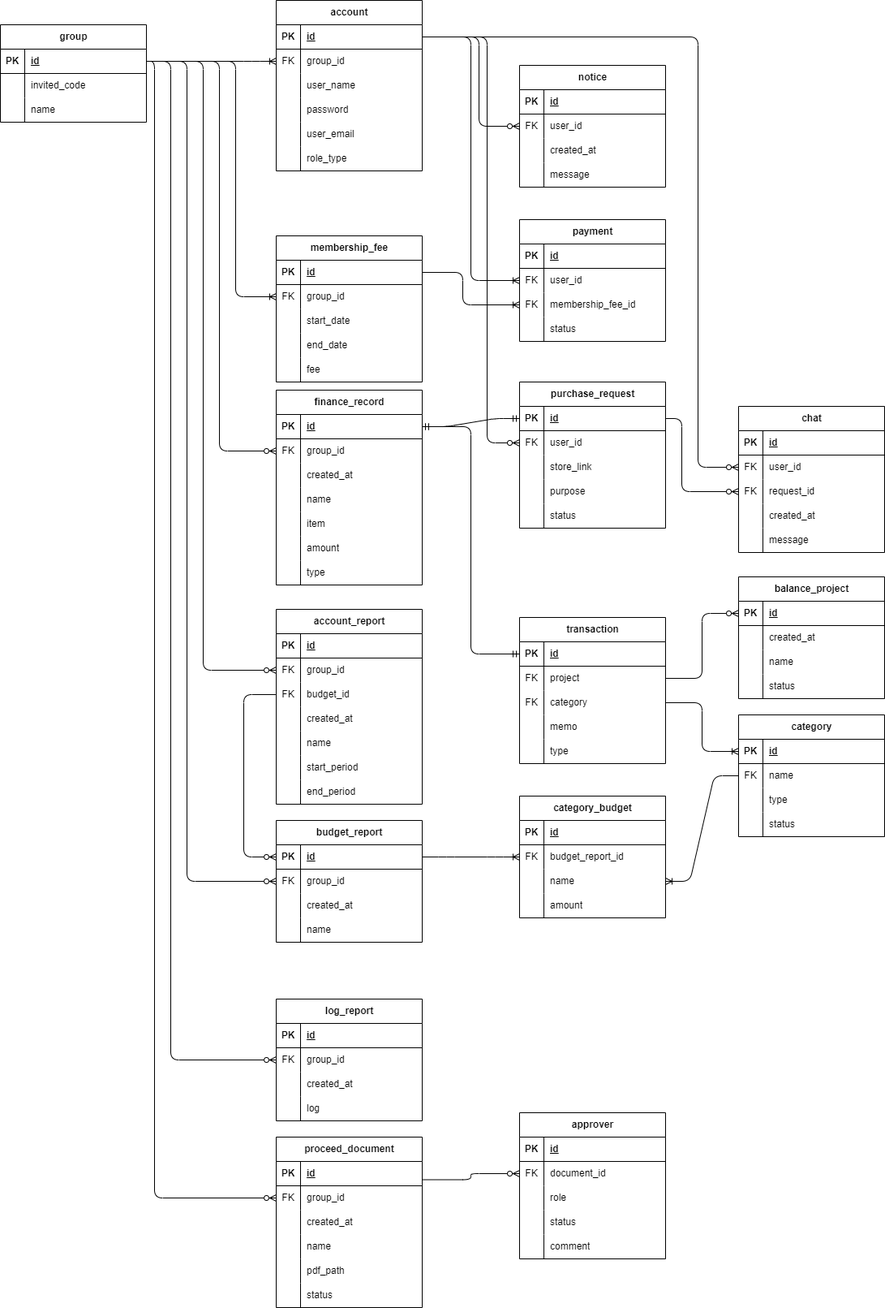
The draw.io diagram images/er.png in 2024et/Spica, before a commit. Source tidied: cells renumbered, new cells last; positions are measured from the earlier drawing's top-left corner, leaving out a move shared by most shapes.
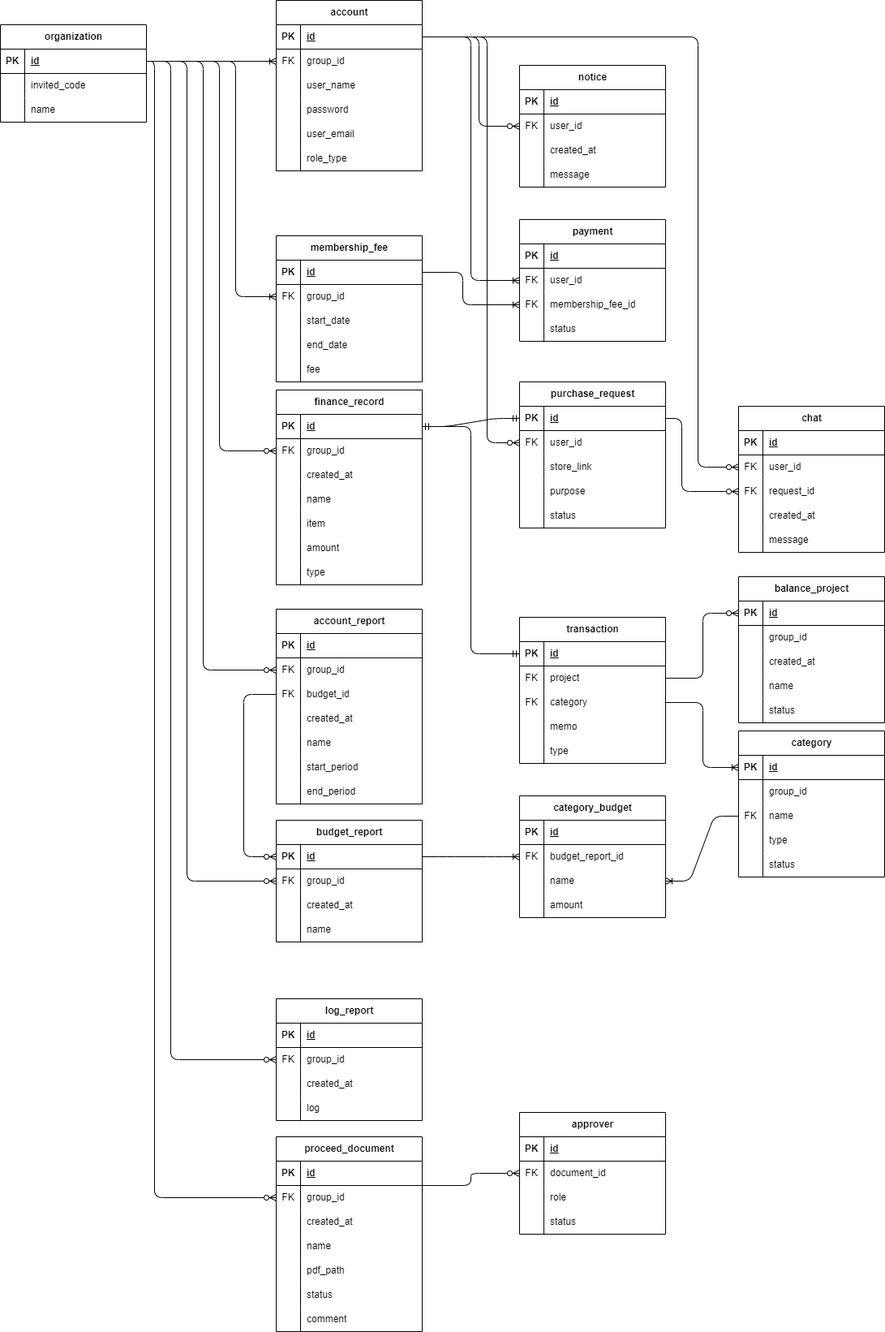
After the change.

Commit message:
ER図の最新状態への修正

Diff of the diagram source:
```diff
@@ -2,7 +2,7 @@
   <root>
     <mxCell id="0" />
     <mxCell id="1" parent="0" />
-    <mxCell id="2" value="group" style="shape=table;startSize=30;rowLines=0;fontStyle=1;align=center;html=1;" parent="1" vertex="1">
+    <mxCell id="2" value="organization" style="shape=table;startSize=30;rowLines=0;fontStyle=1;align=center;html=1;" parent="1" vertex="1">
       <mxGeometry y="30" width="180" height="120" as="geometry" />
     </mxCell>
     <mxCell id="3" style="shape=tableRow;horizontal=0;startSize=0;swimlaneHead=0;swimlaneBody=0;fillColor=none;points=[[0,0.5],[1,0.5]];portConstraint=eastwest;top=0;left=0;right=0;bottom=1;" parent="2" vertex="1">
@@ -422,7 +422,7 @@
       </mxGeometry>
     </mxCell>
     <mxCell id="135" value="balance_project" style="shape=table;startSize=30;rowLines=0;fontStyle=1;align=center;html=1;" parent="1" vertex="1">
-      <mxGeometry x="910" y="710" width="180" height="150" as="geometry" />
+      <mxGeometry x="910" y="710" width="180" height="180" as="geometry" />
     </mxCell>
     <mxCell id="136" style="shape=tableRow;horizontal=0;startSize=0;swimlaneHead=0;swimlaneBody=0;fillColor=none;points=[[0,0.5],[1,0.5]];portConstraint=eastwest;top=0;left=0;right=0;bottom=1;" parent="135" vertex="1">
       <mxGeometry y="30" width="180" height="30" as="geometry" />
@@ -439,11 +439,20 @@
     <mxCell id="140" style="shape=partialRectangle;fillColor=none;top=0;left=0;bottom=0;right=0;overflow=hidden;whiteSpace=wrap;html=1;" parent="139" vertex="1">
       <mxGeometry width="30" height="30" as="geometry" />
     </mxCell>
-    <mxCell id="141" value="created_at" style="shape=partialRectangle;fillColor=none;top=0;left=0;bottom=0;right=0;align=left;spacingLeft=6;overflow=hidden;whiteSpace=wrap;html=1;" parent="139" vertex="1">
+    <mxCell id="141" value="group_id" style="shape=partialRectangle;fillColor=none;top=0;left=0;bottom=0;right=0;align=left;spacingLeft=6;overflow=hidden;whiteSpace=wrap;html=1;" parent="139" vertex="1">
       <mxGeometry x="30" width="150" height="30" as="geometry" />
     </mxCell>
+    <mxCell id="286" style="shape=tableRow;horizontal=0;startSize=0;swimlaneHead=0;swimlaneBody=0;fillColor=none;top=0;left=0;right=0;bottom=0;" parent="135" vertex="1">
+      <mxGeometry y="90" width="180" height="30" as="geometry" />
+    </mxCell>
+    <mxCell id="287" style="shape=partialRectangle;fillColor=none;top=0;left=0;bottom=0;right=0;overflow=hidden;whiteSpace=wrap;html=1;" parent="286" vertex="1">
+      <mxGeometry width="30" height="30" as="geometry" />
+    </mxCell>
+    <mxCell id="288" value="created_at" style="shape=partialRectangle;fillColor=none;top=0;left=0;bottom=0;right=0;align=left;spacingLeft=6;overflow=hidden;whiteSpace=wrap;html=1;" parent="286" vertex="1">
+      <mxGeometry x="30" width="150" height="30" as="geometry" />
+    </mxCell>
     <mxCell id="142" style="shape=tableRow;horizontal=0;startSize=0;swimlaneHead=0;swimlaneBody=0;fillColor=none;top=0;left=0;right=0;bottom=0;" parent="135" vertex="1">
-      <mxGeometry y="90" width="180" height="30" as="geometry" />
+      <mxGeometry y="120" width="180" height="30" as="geometry" />
     </mxCell>
     <mxCell id="143" style="shape=partialRectangle;fillColor=none;top=0;left=0;bottom=0;right=0;overflow=hidden;whiteSpace=wrap;html=1;" parent="142" vertex="1">
       <mxGeometry width="30" height="30" as="geometry" />
@@ -452,7 +461,7 @@
       <mxGeometry x="30" width="150" height="30" as="geometry" />
     </mxCell>
     <mxCell id="145" style="shape=tableRow;horizontal=0;startSize=0;swimlaneHead=0;swimlaneBody=0;fillColor=none;top=0;left=0;right=0;bottom=0;" parent="135" vertex="1">
-      <mxGeometry y="120" width="180" height="30" as="geometry" />
+      <mxGeometry y="150" width="180" height="30" as="geometry" />
     </mxCell>
     <mxCell id="146" style="shape=partialRectangle;fillColor=none;top=0;left=0;bottom=0;right=0;overflow=hidden;whiteSpace=wrap;html=1;" parent="145" vertex="1">
       <mxGeometry width="30" height="30" as="geometry" />
@@ -461,7 +470,7 @@
       <mxGeometry x="30" width="150" height="30" as="geometry" />
     </mxCell>
     <mxCell id="148" value="category" style="shape=table;startSize=30;rowLines=0;fontStyle=1;align=center;html=1;" parent="1" vertex="1">
-      <mxGeometry x="910" y="880" width="180" height="150" as="geometry" />
+      <mxGeometry x="910" y="900" width="180" height="180" as="geometry" />
     </mxCell>
     <mxCell id="149" style="shape=tableRow;horizontal=0;startSize=0;swimlaneHead=0;swimlaneBody=0;fillColor=none;points=[[0,0.5],[1,0.5]];portConstraint=eastwest;top=0;left=0;right=0;bottom=1;" parent="148" vertex="1">
       <mxGeometry y="30" width="180" height="30" as="geometry" />
@@ -472,8 +481,17 @@
     <mxCell id="151" value="id" style="shape=partialRectangle;fillColor=none;top=0;left=0;bottom=0;right=0;align=left;spacingLeft=6;fontStyle=5;overflow=hidden;whiteSpace=wrap;html=1;" parent="149" vertex="1">
       <mxGeometry x="30" width="150" height="30" as="geometry" />
     </mxCell>
+    <mxCell id="289" style="shape=tableRow;horizontal=0;startSize=0;swimlaneHead=0;swimlaneBody=0;fillColor=none;top=0;left=0;right=0;bottom=0;" parent="148" vertex="1">
+      <mxGeometry y="60" width="180" height="30" as="geometry" />
+    </mxCell>
+    <mxCell id="290" style="shape=partialRectangle;fillColor=none;top=0;left=0;bottom=0;right=0;overflow=hidden;whiteSpace=wrap;html=1;" parent="289" vertex="1">
+      <mxGeometry width="30" height="30" as="geometry" />
+    </mxCell>
+    <mxCell id="291" value="group_id" style="shape=partialRectangle;fillColor=none;top=0;left=0;bottom=0;right=0;align=left;spacingLeft=6;overflow=hidden;whiteSpace=wrap;html=1;" parent="289" vertex="1">
+      <mxGeometry x="30" width="150" height="30" as="geometry" />
+    </mxCell>
     <mxCell id="152" style="shape=tableRow;horizontal=0;startSize=0;swimlaneHead=0;swimlaneBody=0;fillColor=none;points=[[0,0.5],[1,0.5]];portConstraint=eastwest;top=0;left=0;right=0;bottom=0;" parent="148" vertex="1">
-      <mxGeometry y="60" width="180" height="30" as="geometry" />
+      <mxGeometry y="90" width="180" height="30" as="geometry" />
     </mxCell>
     <mxCell id="153" value="FK" style="shape=partialRectangle;fillColor=none;top=0;left=0;bottom=0;right=0;overflow=hidden;whiteSpace=wrap;html=1;" parent="152" vertex="1">
       <mxGeometry width="30" height="30" as="geometry" />
@@ -482,7 +500,7 @@
       <mxGeometry x="30" width="150" height="30" as="geometry" />
     </mxCell>
     <mxCell id="155" style="shape=tableRow;horizontal=0;startSize=0;swimlaneHead=0;swimlaneBody=0;fillColor=none;top=0;left=0;right=0;bottom=0;" parent="148" vertex="1">
-      <mxGeometry y="90" width="180" height="30" as="geometry" />
+      <mxGeometry y="120" width="180" height="30" as="geometry" />
     </mxCell>
     <mxCell id="156" style="shape=partialRectangle;fillColor=none;top=0;left=0;bottom=0;right=0;overflow=hidden;whiteSpace=wrap;html=1;" parent="155" vertex="1">
       <mxGeometry width="30" height="30" as="geometry" />
@@ -491,7 +509,7 @@
       <mxGeometry x="30" width="150" height="30" as="geometry" />
     </mxCell>
     <mxCell id="158" style="shape=tableRow;horizontal=0;startSize=0;swimlaneHead=0;swimlaneBody=0;fillColor=none;top=0;left=0;right=0;bottom=0;" parent="148" vertex="1">
-      <mxGeometry y="120" width="180" height="30" as="geometry" />
+      <mxGeometry y="150" width="180" height="30" as="geometry" />
     </mxCell>
     <mxCell id="159" style="shape=partialRectangle;fillColor=none;top=0;left=0;bottom=0;right=0;overflow=hidden;whiteSpace=wrap;html=1;" parent="158" vertex="1">
       <mxGeometry width="30" height="30" as="geometry" />
@@ -705,7 +723,7 @@
       <mxGeometry x="30" width="150" height="30" as="geometry" />
     </mxCell>
     <mxCell id="228" value="proceed_document" style="shape=table;startSize=30;rowLines=0;fontStyle=1;align=center;html=1;" parent="1" vertex="1">
-      <mxGeometry x="340" y="1400" width="180" height="210" as="geometry" />
+      <mxGeometry x="340" y="1400" width="180" height="240" as="geometry" />
     </mxCell>
     <mxCell id="229" style="shape=tableRow;horizontal=0;startSize=0;swimlaneHead=0;swimlaneBody=0;fillColor=none;top=0;left=0;right=0;bottom=1;" parent="228" vertex="1">
       <mxGeometry y="30" width="180" height="30" as="geometry" />
@@ -761,8 +779,17 @@
     <mxCell id="246" value="&lt;span style=&quot;color: rgb(0, 0, 0);&quot;&gt;status&lt;/span&gt;" style="shape=partialRectangle;fillColor=none;top=0;left=0;bottom=0;right=0;align=left;spacingLeft=6;overflow=hidden;whiteSpace=wrap;html=1;" parent="244" vertex="1">
       <mxGeometry x="30" width="150" height="30" as="geometry" />
     </mxCell>
+    <mxCell id="292" style="shape=tableRow;horizontal=0;startSize=0;swimlaneHead=0;swimlaneBody=0;fillColor=none;top=0;left=0;right=0;bottom=0;" parent="228" vertex="1">
+      <mxGeometry y="210" width="180" height="30" as="geometry" />
+    </mxCell>
+    <mxCell id="293" style="shape=partialRectangle;fillColor=none;top=0;left=0;bottom=0;right=0;overflow=hidden;whiteSpace=wrap;html=1;" parent="292" vertex="1">
+      <mxGeometry width="30" height="30" as="geometry" />
+    </mxCell>
+    <mxCell id="262" value="&lt;span style=&quot;color: rgb(0, 0, 0);&quot;&gt;comment&lt;/span&gt;" style="shape=partialRectangle;fillColor=none;top=0;left=0;bottom=0;right=0;align=left;spacingLeft=6;overflow=hidden;whiteSpace=wrap;html=1;" parent="292" vertex="1">
+      <mxGeometry x="30" width="150" height="30" as="geometry" />
+    </mxCell>
     <mxCell id="247" value="&lt;span style=&quot;color: rgb(0, 0, 0);&quot;&gt;approver&lt;/span&gt;" style="shape=table;startSize=30;rowLines=0;fontStyle=1;align=center;html=1;" parent="1" vertex="1">
-      <mxGeometry x="640" y="1370" width="180" height="180" as="geometry" />
+      <mxGeometry x="640" y="1370" width="180" height="150" as="geometry" />
     </mxCell>
     <mxCell id="248" style="shape=tableRow;horizontal=0;startSize=0;swimlaneHead=0;swimlaneBody=0;fillColor=none;top=0;left=0;right=0;bottom=1;" parent="247" vertex="1">
       <mxGeometry y="30" width="180" height="30" as="geometry" />
@@ -800,15 +827,6 @@
     <mxCell id="259" value="status" style="shape=partialRectangle;fillColor=none;top=0;left=0;bottom=0;right=0;align=left;spacingLeft=6;overflow=hidden;whiteSpace=wrap;html=1;" parent="257" vertex="1">
       <mxGeometry x="30" width="150" height="30" as="geometry" />
     </mxCell>
-    <mxCell id="260" style="shape=tableRow;horizontal=0;startSize=0;swimlaneHead=0;swimlaneBody=0;fillColor=none;top=0;left=0;right=0;bottom=0;" parent="247" vertex="1">
-      <mxGeometry y="150" width="180" height="30" as="geometry" />
-    </mxCell>
-    <mxCell id="261" style="shape=partialRectangle;fillColor=none;top=0;left=0;bottom=0;right=0;overflow=hidden;whiteSpace=wrap;html=1;" parent="260" vertex="1">
-      <mxGeometry width="30" height="30" as="geometry" />
-    </mxCell>
-    <mxCell id="262" value="comment" style="shape=partialRectangle;fillColor=none;top=0;left=0;bottom=0;right=0;align=left;spacingLeft=6;overflow=hidden;whiteSpace=wrap;html=1;" parent="260" vertex="1">
-      <mxGeometry x="30" width="150" height="30" as="geometry" />
-    </mxCell>
     <mxCell id="263" style="edgeStyle=elbowEdgeStyle;fontSize=12;html=1;endArrow=ERzeroToMany;endFill=1;entryX=0;entryY=0.5;entryDx=0;entryDy=0;exitX=1;exitY=0.5;exitDx=0;exitDy=0;" parent="1" edge="1" source="3" target="184">
       <mxGeometry relative="1" as="geometry">
         <Array as="points">
```
